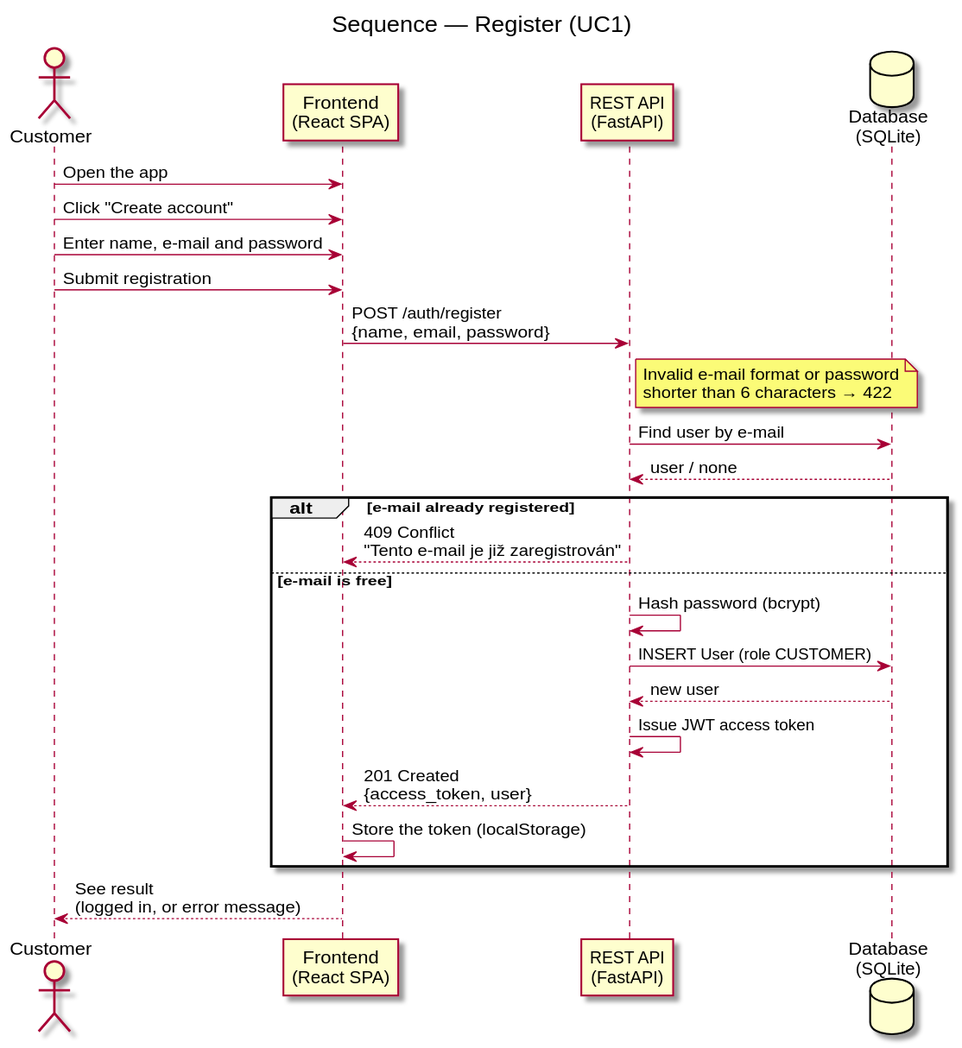
Before: docs/diagrams/sequence-register.svg, a diagram exported from PlantUML (DavidMagyarics/CarRentalVSB). Its diagram source:
```plantuml
@startuml sequence-register
skinparam backgroundColor white
title Sequence — Register (UC1)

actor Customer
participant "Frontend\n(React SPA)" as FE
participant "REST API\n(FastAPI)" as API
database "Database\n(SQLite)" as DB

Customer -> FE: Open the app
Customer -> FE: Click "Create account"
Customer -> FE: Enter name, e-mail and password
Customer -> FE: Submit registration
FE -> API: POST /auth/register\n{name, email, password}
note right of API
  Invalid e-mail format or password
  shorter than 6 characters → 422
end note
API -> DB: Find user by e-mail
DB --> API: user / none

alt e-mail already registered
  API --> FE: 409 Conflict\n"Tento e-mail je již zaregistrován"
else e-mail is free
  API -> API: Hash password (bcrypt)
  API -> DB: INSERT User (role CUSTOMER)
  DB --> API: new user
  API -> API: Issue JWT access token
  API --> FE: 201 Created\n{access_token, user}
  FE -> FE: Store the token (localStorage)
end

FE --> Customer: See result\n(logged in, or error message)
@enduml
```
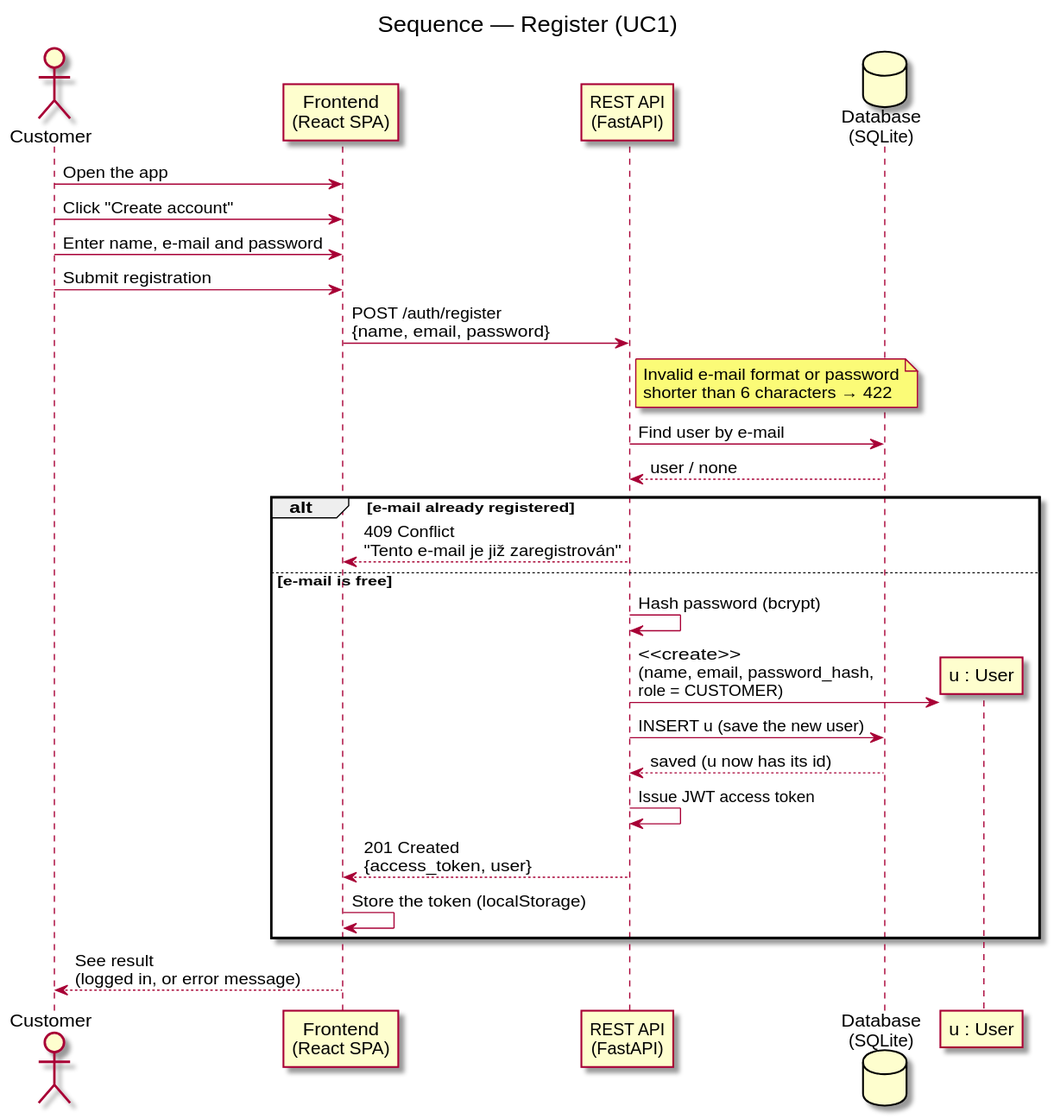
After the commit.

The edit, as a diff of the source:
```diff
@@ -23,8 +23,10 @@
   API --> FE: 409 Conflict\n"Tento e-mail je již zaregistrován"
 else e-mail is free
   API -> API: Hash password (bcrypt)
-  API -> DB: INSERT User (role CUSTOMER)
-  DB --> API: new user
+  create participant "u : User" as U
+  API -> U: <<create>>\n(name, email, password_hash,\nrole = CUSTOMER)
+  API -> DB: INSERT u (save the new user)
+  DB --> API: saved (u now has its id)
   API -> API: Issue JWT access token
   API --> FE: 201 Created\n{access_token, user}
   FE -> FE: Store the token (localStorage)
```
